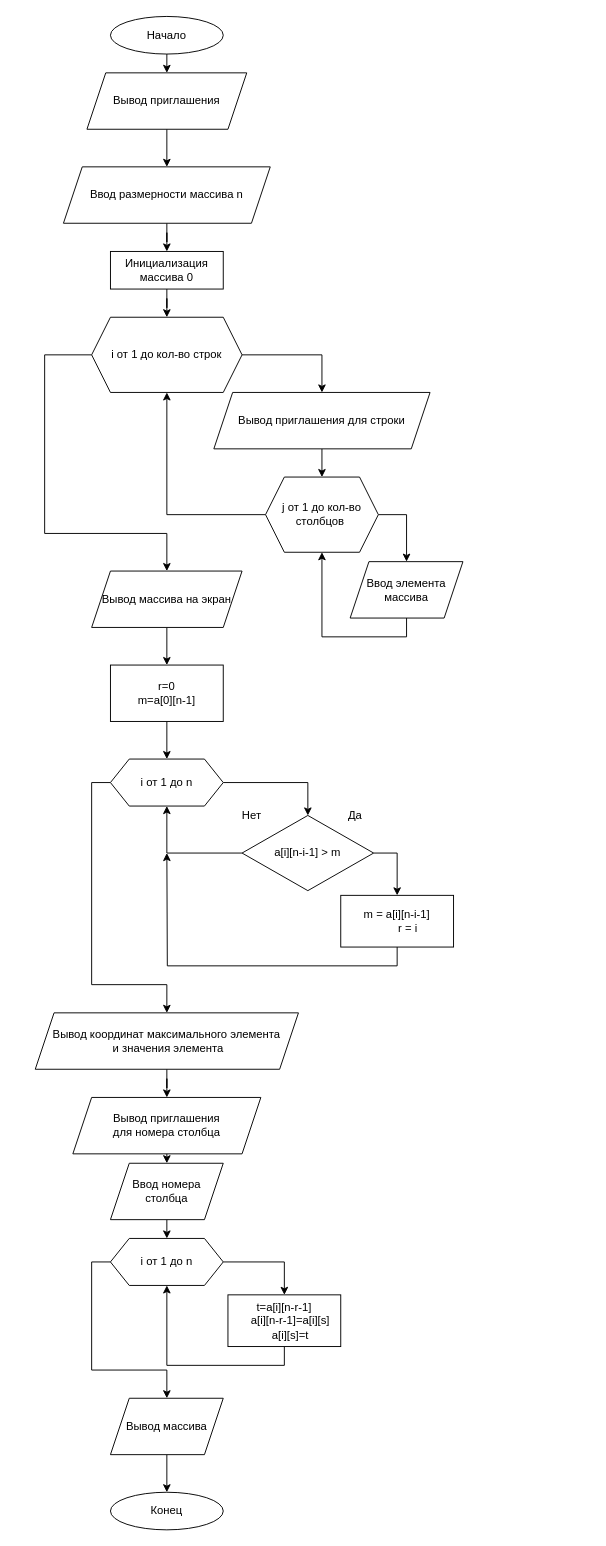
Before: 2-kurs/2-1/Инструментальное ПО/Листопадова/84.drawio in stanislaumich/olga, a draw.io diagram. Source tidied: cells renumbered, new cells numbered last; positions are measured from the earlier drawing's top-left corner, leaving out a move shared by most shapes. Both pictures are drawn from the tidied source at 94%, with x=0, y=0 at pixel (35, 16).
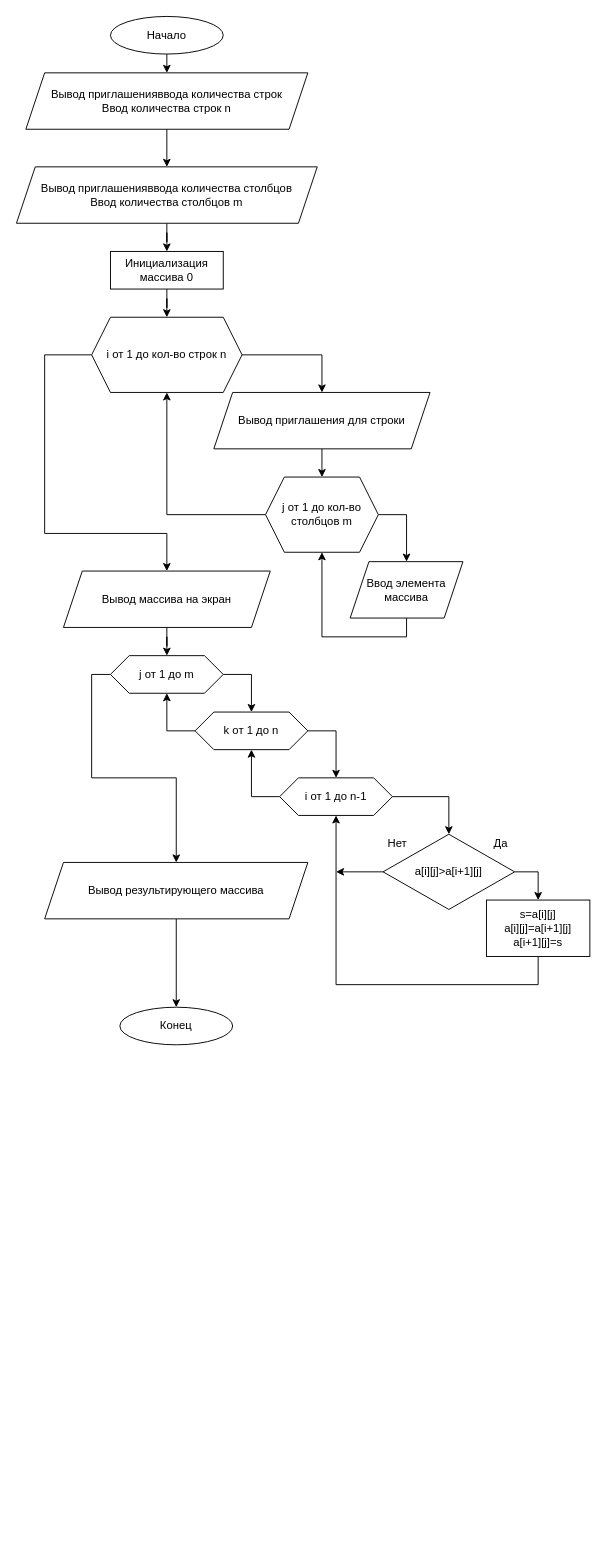
The same page after the edit.

Change to the diagram source:
```diff
@@
-    <mxCell id="5" value="Вывод приглашения" style="shape=parallelogram;perimeter=parallelogramPerimeter;whiteSpace=wrap;html=1;fixedSize=1;" parent="1" vertex="1">
-      <mxGeometry x="55" y="60" width="170" height="60" as="geometry" />
+    <mxCell id="5" value="Вывод приглашенияввода количества строк&lt;br&gt;Ввод количества строк n" style="shape=parallelogram;perimeter=parallelogramPerimeter;whiteSpace=wrap;html=1;fixedSize=1;" parent="1" vertex="1">
+      <mxGeometry x="-10" y="60" width="300" height="60" as="geometry" />
     </mxCell>
@@
-    <mxCell id="7" value="Ввод размерности массива n" style="shape=parallelogram;perimeter=parallelogramPerimeter;whiteSpace=wrap;html=1;fixedSize=1;" parent="1" vertex="1">
-      <mxGeometry x="30" y="160" width="220" height="60" as="geometry" />
+    <mxCell id="7" value="Вывод приглашенияввода количества столбцов&lt;br&gt;Ввод количества столбцов m" style="shape=parallelogram;perimeter=parallelogramPerimeter;whiteSpace=wrap;html=1;fixedSize=1;" parent="1" vertex="1">
+      <mxGeometry x="-20" y="160" width="320" height="60" as="geometry" />
     </mxCell>
@@
-    <mxCell id="10" value="i от 1 до кол-во строк" style="shape=hexagon;perimeter=hexagonPerimeter2;whiteSpace=wrap;html=1;fixedSize=1;" parent="1" vertex="1">
+    <mxCell id="10" value="i от 1 до кол-во строк n" style="shape=hexagon;perimeter=hexagonPerimeter2;whiteSpace=wrap;html=1;fixedSize=1;" parent="1" vertex="1">
       <mxGeometry x="60" y="320" width="160" height="80" as="geometry" />
     </mxCell>
@@
-    <mxCell id="12" style="edgeStyle=orthogonalEdgeStyle;rounded=0;jettySize=auto;html=1;exitX=0.5;exitY=1;exitDx=0;exitDy=0;" parent="1" edge="1" source="13" target="26">
+    <mxCell id="12" style="edgeStyle=orthogonalEdgeStyle;rounded=0;jettySize=auto;html=1;exitX=0.5;exitY=1;exitDx=0;exitDy=0;" parent="1" edge="1" source="13" target="51">
       <mxGeometry relative="1" as="geometry" />
     </mxCell>
     <mxCell id="13" value="Вывод массива на экран" style="shape=parallelogram;perimeter=parallelogramPerimeter;whiteSpace=wrap;html=1;fixedSize=1;" parent="1" vertex="1">
-      <mxGeometry x="60" y="590" width="160" height="60" as="geometry" />
+      <mxGeometry x="30" y="590" width="220" height="60" as="geometry" />
     </mxCell>
     <mxCell id="14" value="Конец" style="ellipse;whiteSpace=wrap;html=1;" parent="1" vertex="1">
-      <mxGeometry x="80" y="1570" width="120" height="40" as="geometry" />
+      <mxGeometry x="90" y="1054" width="120" height="40" as="geometry" />
     </mxCell>
@@
-    <mxCell id="17" value="j от 1 до кол-во столбцов&amp;nbsp;" style="shape=hexagon;perimeter=hexagonPerimeter2;whiteSpace=wrap;html=1;fixedSize=1;" parent="1" vertex="1">
+    <mxCell id="17" value="j от 1 до кол-во столбцов m" style="shape=hexagon;perimeter=hexagonPerimeter2;whiteSpace=wrap;html=1;fixedSize=1;" parent="1" vertex="1">
       <mxGeometry x="245" y="490" width="120" height="80" as="geometry" />
     </mxCell>
@@
-    <mxCell id="20" style="edgeStyle=orthogonalEdgeStyle;rounded=0;jettySize=auto;html=1;exitX=0.5;exitY=1;exitDx=0;exitDy=0;entryX=0.5;entryY=0;entryDx=0;entryDy=0;" parent="1" edge="1" source="21" target="14">
-      <mxGeometry relative="1" as="geometry" />
-    </mxCell>
-    <mxCell id="21" value="Вывод массива" style="shape=parallelogram;perimeter=parallelogramPerimeter;whiteSpace=wrap;html=1;fixedSize=1;" parent="1" vertex="1">
-      <mxGeometry x="80" y="1470" width="120" height="60" as="geometry" />
-    </mxCell>
@@
-    <mxCell id="25" style="edgeStyle=orthogonalEdgeStyle;rounded=0;jettySize=auto;html=1;exitX=0.5;exitY=1;exitDx=0;exitDy=0;entryX=0.5;entryY=0;entryDx=0;entryDy=0;" parent="1" edge="1" source="26" target="29">
-      <mxGeometry relative="1" as="geometry" />
-    </mxCell>
-    <mxCell id="26" value="&lt;div&gt;r=0&lt;/div&gt;&lt;div&gt;m=a[0][n-1]&lt;/div&gt;" style="rounded=0;whiteSpace=wrap;html=1;" parent="1" vertex="1">
-      <mxGeometry x="80" y="690" width="120" height="60" as="geometry" />
-    </mxCell>
-    <mxCell id="27" style="edgeStyle=orthogonalEdgeStyle;rounded=0;jettySize=auto;html=1;exitX=1;exitY=0.5;exitDx=0;exitDy=0;entryX=0.5;entryY=0;entryDx=0;entryDy=0;" parent="1" edge="1" source="29" target="32">
+    <mxCell id="27" style="edgeStyle=orthogonalEdgeStyle;rounded=0;jettySize=auto;html=1;exitX=1;exitY=0.5;exitDx=0;exitDy=0;entryX=0.5;entryY=0;entryDx=0;entryDy=0;" parent="1" edge="1" source="29" target="54">
       <mxGeometry relative="1" as="geometry" />
     </mxCell>
-    <mxCell id="28" style="edgeStyle=orthogonalEdgeStyle;rounded=0;jettySize=auto;html=1;exitX=0;exitY=0.5;exitDx=0;exitDy=0;" parent="1" edge="1" source="29" target="38">
+    <mxCell id="28" style="edgeStyle=orthogonalEdgeStyle;rounded=0;jettySize=auto;html=1;exitX=0;exitY=0.5;exitDx=0;exitDy=0;entryX=0.5;entryY=1;entryDx=0;entryDy=0;" parent="1" edge="1" source="29" target="51">
       <mxGeometry relative="1" as="geometry">
         <Array as="points">
-          <mxPoint x="60" y="815" />
-          <mxPoint x="60" y="1030" />
-          <mxPoint x="140" y="1030" />
-          <mxPoint x="140" y="1090" />
+          <mxPoint x="140" y="760" />
         </Array>
       </mxGeometry>
     </mxCell>
-    <mxCell id="29" value="i от 1 до n" style="shape=hexagon;perimeter=hexagonPerimeter2;whiteSpace=wrap;html=1;fixedSize=1;" parent="1" vertex="1">
-      <mxGeometry x="80" y="790" width="120" height="50" as="geometry" />
+    <mxCell id="29" value="k от 1 до n" style="shape=hexagon;perimeter=hexagonPerimeter2;whiteSpace=wrap;html=1;fixedSize=1;" parent="1" vertex="1">
+      <mxGeometry x="170" y="740" width="120" height="40" as="geometry" />
     </mxCell>
@@
-    <mxCell id="31" style="edgeStyle=orthogonalEdgeStyle;rounded=0;jettySize=auto;html=1;exitX=0;exitY=0.5;exitDx=0;exitDy=0;entryX=0.5;entryY=1;entryDx=0;entryDy=0;" parent="1" edge="1" source="32" target="29">
-      <mxGeometry relative="1" as="geometry" />
-    </mxCell>
+    <mxCell id="48" style="edgeStyle=orthogonalEdgeStyle;rounded=0;jettySize=auto;html=1;exitX=0;exitY=0.5;exitDx=0;exitDy=0;" parent="1" edge="1" source="32">
+      <mxGeometry relative="1" as="geometry">
+        <mxPoint x="320" y="910" as="targetPoint" />
+      </mxGeometry>
+    </mxCell>
-    <mxCell id="32" value="a[i][n-i-1] &amp;gt; m" style="rhombus;whiteSpace=wrap;html=1;" parent="1" vertex="1">
-      <mxGeometry x="220" y="850" width="140" height="80" as="geometry" />
+    <mxCell id="32" value="a[i][j]&amp;gt;a[i+1][j]" style="rhombus;whiteSpace=wrap;html=1;" parent="1" vertex="1">
+      <mxGeometry x="370" y="870" width="140" height="80" as="geometry" />
     </mxCell>
     <mxCell id="33" value="Да" style="text;html=1;align=center;verticalAlign=middle;strokeColor=none;" parent="1" vertex="1">
-      <mxGeometry x="325" y="840" width="30" height="20" as="geometry" />
+      <mxGeometry x="480" y="870" width="30" height="20" as="geometry" />
     </mxCell>
     <mxCell id="34" value="Нет" style="text;html=1;align=center;verticalAlign=middle;strokeColor=none;" parent="1" vertex="1">
-      <mxGeometry x="210" y="840" width="40" height="20" as="geometry" />
+      <mxGeometry x="365" y="870" width="40" height="20" as="geometry" />
     </mxCell>
-    <mxCell id="35" style="edgeStyle=orthogonalEdgeStyle;rounded=0;jettySize=auto;html=1;exitX=0.5;exitY=1;exitDx=0;exitDy=0;" parent="1" edge="1" source="36">
+    <mxCell id="35" style="edgeStyle=orthogonalEdgeStyle;rounded=0;jettySize=auto;html=1;exitX=0.5;exitY=1;exitDx=0;exitDy=0;entryX=0.5;entryY=1;entryDx=0;entryDy=0;" parent="1" edge="1" source="36" target="54">
       <mxGeometry relative="1" as="geometry">
-        <mxPoint x="140" y="890" as="targetPoint" />
+        <Array as="points">
+          <mxPoint x="535" y="1030" />
+          <mxPoint x="320" y="1030" />
+        </Array>
       </mxGeometry>
     </mxCell>
-    <mxCell id="36" value="&lt;div&gt;m = a[i][n-i-1]&lt;/div&gt;&lt;div&gt;&amp;nbsp; &amp;nbsp; &amp;nbsp; &amp;nbsp;r = i&lt;/div&gt;" style="rounded=0;whiteSpace=wrap;html=1;" parent="1" vertex="1">
-      <mxGeometry x="325" y="935" width="120" height="55" as="geometry" />
+    <mxCell id="36" value="&lt;div&gt;s=a[i][j]&lt;/div&gt;&lt;div&gt;&lt;span&gt;a[i][j]=a[i+1][j]&lt;/span&gt;&lt;/div&gt;&lt;div&gt;&lt;span&gt;a[i+1][j]=s&lt;/span&gt;&lt;/div&gt;" style="rounded=0;whiteSpace=wrap;html=1;" parent="1" vertex="1">
+      <mxGeometry x="480" y="940" width="110" height="60" as="geometry" />
     </mxCell>
-    <mxCell id="37" style="edgeStyle=orthogonalEdgeStyle;rounded=0;jettySize=auto;html=1;exitX=0.5;exitY=1;exitDx=0;exitDy=0;" parent="1" edge="1" source="38" target="40">
+    <mxCell id="37" style="edgeStyle=orthogonalEdgeStyle;rounded=0;jettySize=auto;html=1;exitX=0.5;exitY=1;exitDx=0;exitDy=0;entryX=0.5;entryY=0;entryDx=0;entryDy=0;" parent="1" edge="1" source="38" target="14">
       <mxGeometry relative="1" as="geometry" />
     </mxCell>
-    <mxCell id="38" value="Вывод координат максимального элемента&lt;br&gt;&amp;nbsp;и значения элемента" style="shape=parallelogram;perimeter=parallelogramPerimeter;whiteSpace=wrap;html=1;fixedSize=1;" parent="1" vertex="1">
-      <mxGeometry y="1060" width="280" height="60" as="geometry" />
+    <mxCell id="38" value="Вывод результирующего массива" style="shape=parallelogram;perimeter=parallelogramPerimeter;whiteSpace=wrap;html=1;fixedSize=1;" parent="1" vertex="1">
+      <mxGeometry x="10" y="900" width="280" height="60" as="geometry" />
     </mxCell>
-    <mxCell id="39" style="edgeStyle=orthogonalEdgeStyle;rounded=0;jettySize=auto;html=1;exitX=0.5;exitY=1;exitDx=0;exitDy=0;entryX=0.5;entryY=0;entryDx=0;entryDy=0;" parent="1" edge="1" source="40" target="42">
-      <mxGeometry relative="1" as="geometry" />
-    </mxCell>
-    <mxCell id="40" value="Вывод приглашения &lt;br&gt;для номера столбца" style="shape=parallelogram;perimeter=parallelogramPerimeter;whiteSpace=wrap;html=1;fixedSize=1;" parent="1" vertex="1">
-      <mxGeometry x="40" y="1150" width="200" height="60" as="geometry" />
-    </mxCell>
-    <mxCell id="41" style="edgeStyle=orthogonalEdgeStyle;rounded=0;jettySize=auto;html=1;exitX=0.5;exitY=1;exitDx=0;exitDy=0;entryX=0.5;entryY=0;entryDx=0;entryDy=0;" parent="1" edge="1" source="42" target="45">
-      <mxGeometry relative="1" as="geometry" />
-    </mxCell>
-    <mxCell id="42" value="Ввод номера столбца" style="shape=parallelogram;perimeter=parallelogramPerimeter;whiteSpace=wrap;html=1;fixedSize=1;" parent="1" vertex="1">
-      <mxGeometry x="80" y="1220" width="120" height="60" as="geometry" />
-    </mxCell>
-    <mxCell id="43" style="edgeStyle=orthogonalEdgeStyle;rounded=0;jettySize=auto;html=1;exitX=1;exitY=0.5;exitDx=0;exitDy=0;entryX=0.5;entryY=0;entryDx=0;entryDy=0;" parent="1" edge="1" source="45" target="47">
-      <mxGeometry relative="1" as="geometry" />
-    </mxCell>
-    <mxCell id="44" style="edgeStyle=orthogonalEdgeStyle;rounded=0;jettySize=auto;html=1;exitX=0;exitY=0.5;exitDx=0;exitDy=0;" parent="1" edge="1" source="45" target="21">
-      <mxGeometry relative="1" as="geometry">
-        <Array as="points">
-          <mxPoint x="60" y="1325" />
-          <mxPoint x="60" y="1440" />
-          <mxPoint x="140" y="1440" />
-        </Array>
-      </mxGeometry>
-    </mxCell>
-    <mxCell id="45" value="i от 1 до n" style="shape=hexagon;perimeter=hexagonPerimeter2;whiteSpace=wrap;html=1;fixedSize=1;" parent="1" vertex="1">
-      <mxGeometry x="80" y="1300" width="120" height="50" as="geometry" />
-    </mxCell>
-    <mxCell id="46" style="edgeStyle=orthogonalEdgeStyle;rounded=0;jettySize=auto;html=1;exitX=0.5;exitY=1;exitDx=0;exitDy=0;entryX=0.5;entryY=1;entryDx=0;entryDy=0;" parent="1" edge="1" source="47" target="45">
-      <mxGeometry relative="1" as="geometry" />
-    </mxCell>
-    <mxCell id="47" value="&lt;div&gt;t=a[i][n-r-1]&lt;/div&gt;&lt;div&gt;&amp;nbsp; &amp;nbsp; a[i][n-r-1]=a[i][s]&lt;/div&gt;&lt;div&gt;&amp;nbsp; &amp;nbsp; a[i][s]=t&lt;/div&gt;" style="rounded=0;whiteSpace=wrap;html=1;" parent="1" vertex="1">
-      <mxGeometry x="205" y="1360" width="120" height="55" as="geometry" />
-    </mxCell>
+    <mxCell id="49" style="edgeStyle=orthogonalEdgeStyle;rounded=0;jettySize=auto;html=1;exitX=1;exitY=0.5;exitDx=0;exitDy=0;" parent="1" edge="1" source="51" target="29">
+      <mxGeometry relative="1" as="geometry" />
+    </mxCell>
+    <mxCell id="50" style="edgeStyle=orthogonalEdgeStyle;rounded=0;jettySize=auto;html=1;exitX=0;exitY=0.5;exitDx=0;exitDy=0;" parent="1" edge="1" source="51" target="38">
+      <mxGeometry relative="1" as="geometry" />
+    </mxCell>
+    <mxCell id="51" value="j от 1 до m" style="shape=hexagon;perimeter=hexagonPerimeter2;whiteSpace=wrap;html=1;fixedSize=1;" parent="1" vertex="1">
+      <mxGeometry x="80" y="680" width="120" height="40" as="geometry" />
+    </mxCell>
+    <mxCell id="52" style="edgeStyle=orthogonalEdgeStyle;rounded=0;jettySize=auto;html=1;exitX=1;exitY=0.5;exitDx=0;exitDy=0;entryX=0.5;entryY=0;entryDx=0;entryDy=0;" parent="1" edge="1" source="54" target="32">
+      <mxGeometry relative="1" as="geometry" />
+    </mxCell>
+    <mxCell id="53" style="edgeStyle=orthogonalEdgeStyle;rounded=0;jettySize=auto;html=1;exitX=0;exitY=0.5;exitDx=0;exitDy=0;entryX=0.5;entryY=1;entryDx=0;entryDy=0;" parent="1" edge="1" source="54" target="29">
+      <mxGeometry relative="1" as="geometry" />
+    </mxCell>
+    <mxCell id="54" value="i от 1 до n-1" style="shape=hexagon;perimeter=hexagonPerimeter2;whiteSpace=wrap;html=1;fixedSize=1;" parent="1" vertex="1">
+      <mxGeometry x="260" y="810" width="120" height="40" as="geometry" />
+    </mxCell>
```
